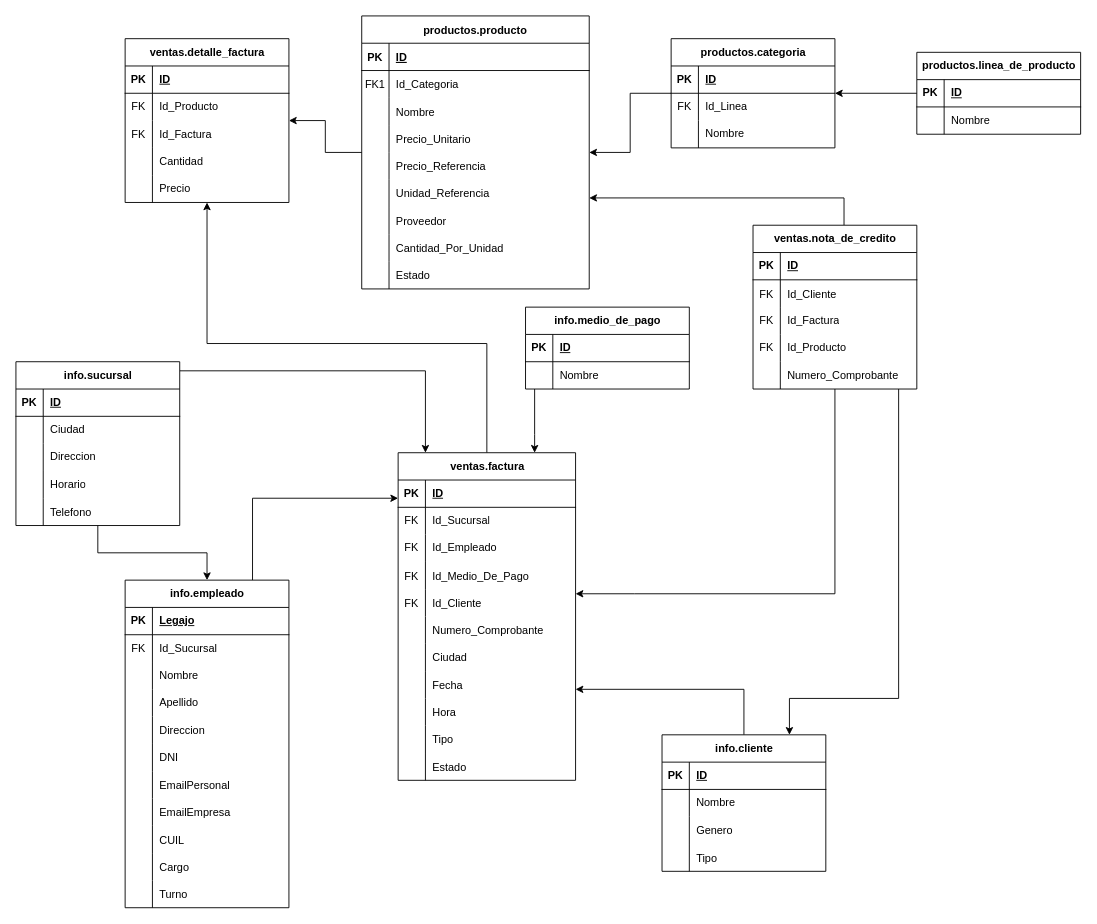
This is Aurora.drawio from MirkoAhad/Aurora-SqlServer, a draw.io file, before an edit. Source tidied: cells renumbered, new cells numbered last; positions are measured from the earlier drawing's top-left corner, leaving out a move shared by most shapes. Both pictures are drawn from the tidied source at 91%, with x=0, y=0 at pixel (15, 15).
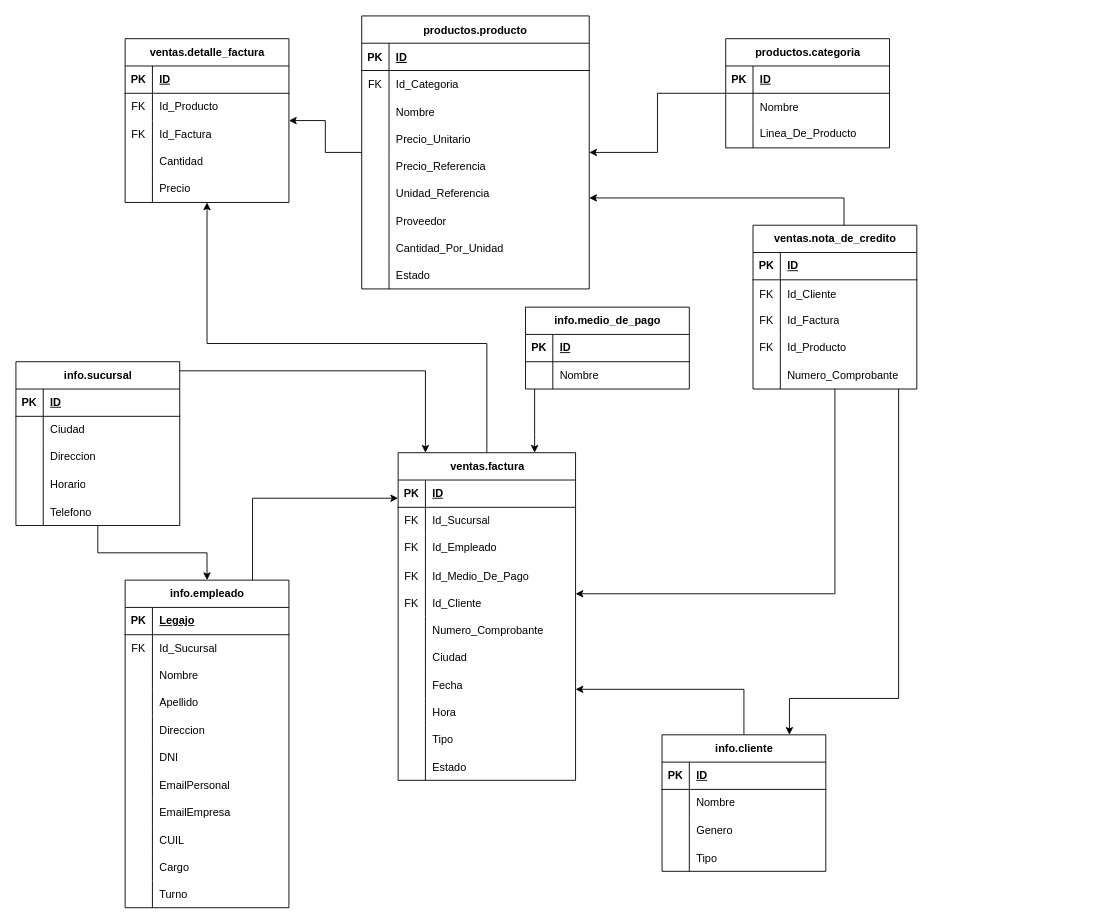
Above is the later version.

The change refers to these unchanged cells:
```xml
<mxCell id="7" style="shape=partialRectangle;fillColor=none;top=0;left=0;right=0;bottom=0;" parent="3" vertex="1">
  <mxGeometry y="60" width="250" height="30" as="geometry" />
</mxCell>
```

Diff of the diagram source:
```diff
@@
-    <mxCell id="8" value="FK1" style="shape=partialRectangle;overflow=hidden;fillColor=none;top=0;left=0;bottom=0;right=0;" parent="7" vertex="1">
+    <mxCell id="8" value="FK" style="shape=partialRectangle;overflow=hidden;fillColor=none;top=0;left=0;bottom=0;right=0;" parent="7" vertex="1">
       <mxGeometry width="30" height="30" as="geometry" />
     </mxCell>
@@
     <mxCell id="101" value="productos.categoria" style="shape=table;startSize=30;childLayout=tableLayout;rowLines=0;fontStyle=1;align=center;html=1;" parent="1" vertex="1">
-      <mxGeometry x="720" y="25" width="180" height="120" as="geometry" />
+      <mxGeometry x="780" y="25" width="180" height="120" as="geometry" />
     </mxCell>
@@
+    <mxCell id="124" style="shape=tableRow;horizontal=0;startSize=0;swimlaneHead=0;swimlaneBody=0;fillColor=none;top=0;left=0;right=0;bottom=0;" parent="101" vertex="1">
+      <mxGeometry y="60" width="180" height="30" as="geometry" />
+    </mxCell>
+    <mxCell id="195" style="shape=partialRectangle;fillColor=none;top=0;left=0;bottom=0;right=0;overflow=hidden;" parent="124" vertex="1">
+      <mxGeometry width="30" height="30" as="geometry" />
+    </mxCell>
+    <mxCell id="196" value="Nombre" style="shape=partialRectangle;fillColor=none;top=0;left=0;bottom=0;right=0;align=left;spacingLeft=6;overflow=hidden;" parent="124" vertex="1">
+      <mxGeometry x="30" width="150" height="30" as="geometry" />
+    </mxCell>
     <mxCell id="105" style="shape=tableRow;horizontal=0;startSize=0;swimlaneHead=0;swimlaneBody=0;fillColor=none;top=0;left=0;right=0;bottom=0;" parent="101" vertex="1">
-      <mxGeometry y="60" width="180" height="30" as="geometry" />
+      <mxGeometry y="90" width="180" height="30" as="geometry" />
     </mxCell>
-    <mxCell id="106" value="FK" style="shape=partialRectangle;fillColor=none;top=0;left=0;bottom=0;right=0;overflow=hidden;whiteSpace=wrap;html=1;" parent="105" vertex="1">
+    <mxCell id="106" style="shape=partialRectangle;fillColor=none;top=0;left=0;bottom=0;right=0;overflow=hidden;whiteSpace=wrap;html=1;" parent="105" vertex="1">
       <mxGeometry width="30" height="30" as="geometry" />
     </mxCell>
-    <mxCell id="107" value="Id_Linea" style="shape=partialRectangle;fillColor=none;top=0;left=0;bottom=0;right=0;align=left;spacingLeft=6;overflow=hidden;whiteSpace=wrap;html=1;" parent="105" vertex="1">
+    <mxCell id="107" value="Linea_De_Producto" style="shape=partialRectangle;fillColor=none;top=0;left=0;bottom=0;right=0;align=left;spacingLeft=6;overflow=hidden;whiteSpace=wrap;html=1;" parent="105" vertex="1">
       <mxGeometry x="30" width="150" height="30" as="geometry" />
     </mxCell>
-    <mxCell id="108" style="shape=tableRow;horizontal=0;startSize=0;swimlaneHead=0;swimlaneBody=0;fillColor=none;top=0;left=0;right=0;bottom=0;" parent="101" vertex="1">
-      <mxGeometry y="90" width="180" height="30" as="geometry" />
-    </mxCell>
-    <mxCell id="109" style="shape=partialRectangle;fillColor=none;top=0;left=0;bottom=0;right=0;overflow=hidden;whiteSpace=wrap;html=1;" parent="108" vertex="1">
-      <mxGeometry width="30" height="30" as="geometry" />
-    </mxCell>
-    <mxCell id="110" value="Nombre" style="shape=partialRectangle;fillColor=none;top=0;left=0;bottom=0;right=0;align=left;spacingLeft=6;overflow=hidden;whiteSpace=wrap;html=1;" parent="108" vertex="1">
-      <mxGeometry x="30" width="150" height="30" as="geometry" />
-    </mxCell>
@@
-    <mxCell id="119" style="edgeStyle=orthogonalEdgeStyle;rounded=0;jettySize=auto;html=1;" parent="1" edge="1" source="120" target="101">
-      <mxGeometry relative="1" as="geometry" />
-    </mxCell>
-    <mxCell id="120" value="productos.linea_de_producto" style="shape=table;startSize=30;childLayout=tableLayout;rowLines=0;fontStyle=1;align=center;html=1;" parent="1" vertex="1">
-      <mxGeometry x="990" y="40" width="180" height="90" as="geometry" />
-    </mxCell>
-    <mxCell id="121" style="shape=tableRow;horizontal=0;startSize=0;swimlaneHead=0;swimlaneBody=0;fillColor=none;top=0;left=0;right=0;bottom=1;" parent="120" vertex="1">
-      <mxGeometry y="30" width="180" height="30" as="geometry" />
-    </mxCell>
-    <mxCell id="122" value="PK" style="shape=partialRectangle;fillColor=none;top=0;left=0;bottom=0;right=0;fontStyle=1;overflow=hidden;whiteSpace=wrap;html=1;" parent="121" vertex="1">
-      <mxGeometry width="30" height="30" as="geometry" />
-    </mxCell>
-    <mxCell id="123" value="ID" style="shape=partialRectangle;fillColor=none;top=0;left=0;bottom=0;right=0;align=left;spacingLeft=6;fontStyle=5;overflow=hidden;whiteSpace=wrap;html=1;" parent="121" vertex="1">
-      <mxGeometry x="30" width="150" height="30" as="geometry" />
-    </mxCell>
-    <mxCell id="124" style="shape=tableRow;horizontal=0;startSize=0;swimlaneHead=0;swimlaneBody=0;fillColor=none;top=0;left=0;right=0;bottom=0;" parent="120" vertex="1">
-      <mxGeometry y="60" width="180" height="30" as="geometry" />
-    </mxCell>
-    <mxCell id="125" style="shape=partialRectangle;fillColor=none;top=0;left=0;bottom=0;right=0;overflow=hidden;whiteSpace=wrap;html=1;" parent="124" vertex="1">
-      <mxGeometry width="30" height="30" as="geometry" />
-    </mxCell>
-    <mxCell id="126" value="Nombre" style="shape=partialRectangle;fillColor=none;top=0;left=0;bottom=0;right=0;align=left;spacingLeft=6;overflow=hidden;whiteSpace=wrap;html=1;" parent="124" vertex="1">
-      <mxGeometry x="30" width="150" height="30" as="geometry" />
-    </mxCell>
```
